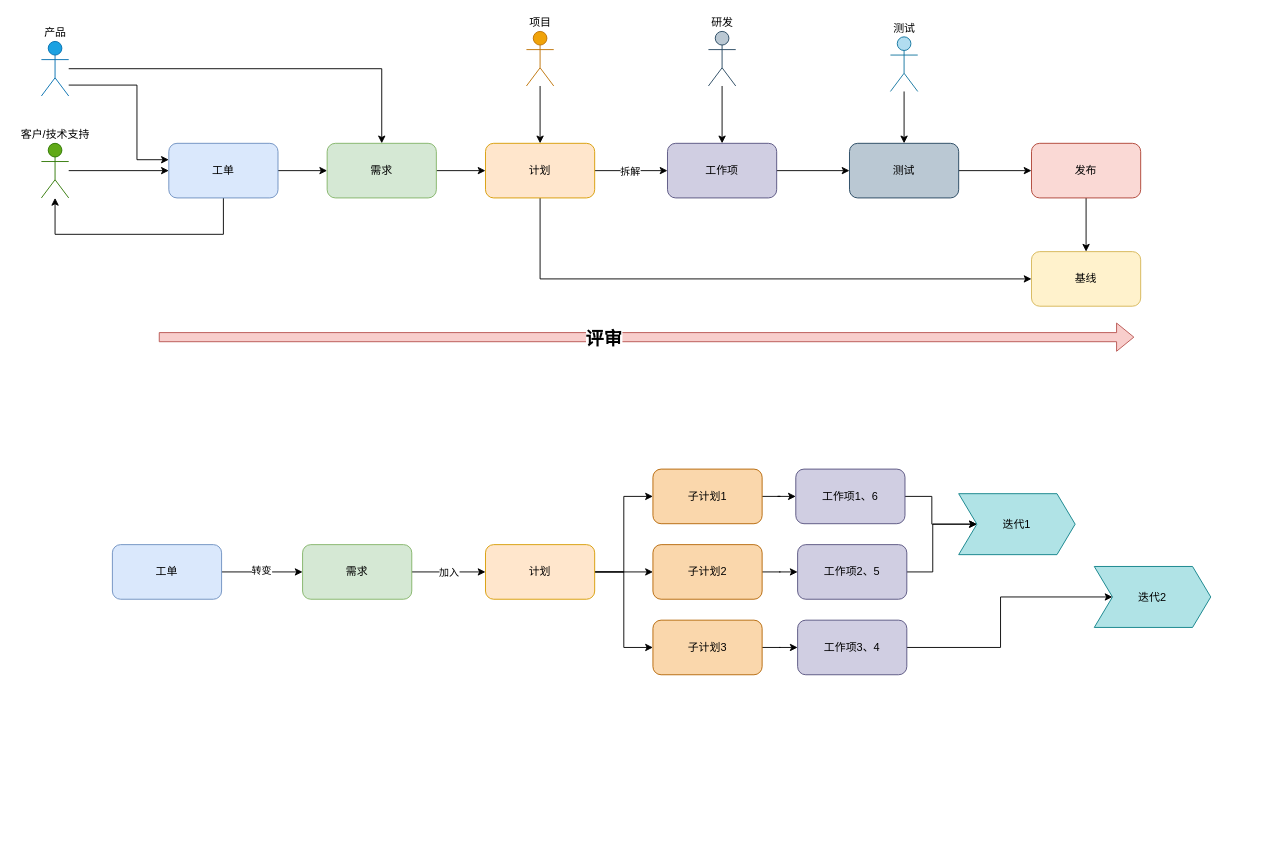
Earlier version of the draw.io diagram draw/项目管理.drawio (elmagnificogi/elmagnificogi.github.io). Source tidied: cells renumbered, new cells numbered last; positions are measured from the earlier drawing's top-left corner, leaving out a move shared by most shapes. Both pictures are drawn from the tidied source at 91%, with x=0, y=0 at pixel (41, 31).
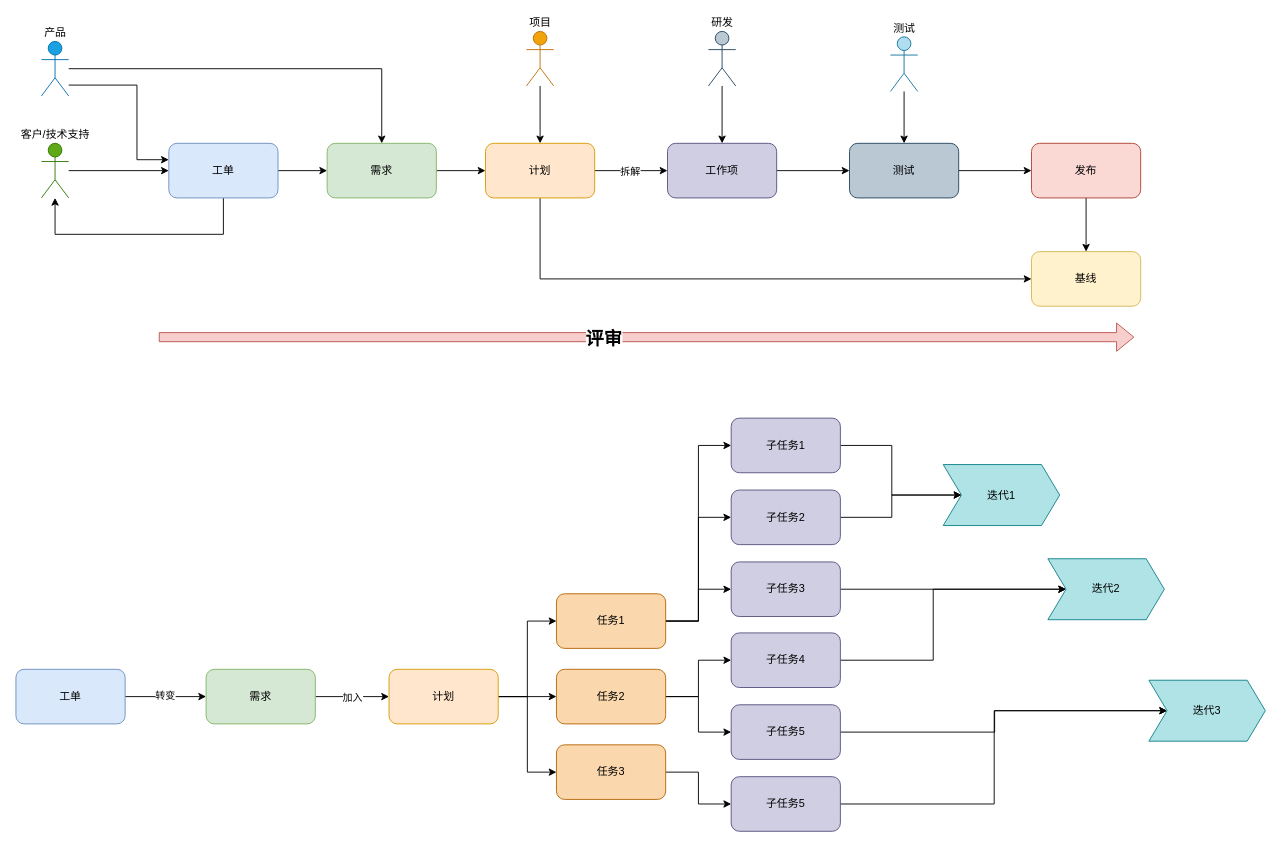
The same diagram, later.

What changed in the source:
```diff
@@
     <mxCell id="33" value="需求" style="rounded=1;whiteSpace=wrap;html=1;fillColor=#d5e8d4;strokeColor=#82b366;" parent="1" vertex="1">
-      <mxGeometry x="287" y="564" width="120" height="60" as="geometry" />
+      <mxGeometry x="181" y="701" width="120" height="60" as="geometry" />
     </mxCell>
     <mxCell id="34" style="edgeStyle=orthogonalEdgeStyle;rounded=0;jettySize=auto;html=1;" parent="1" edge="1" source="37" target="46">
       <mxGeometry relative="1" as="geometry">
         <Array as="points">
-          <mxPoint x="640" y="594" />
-          <mxPoint x="640" y="511" />
+          <mxPoint x="534" y="731" />
+          <mxPoint x="534" y="648" />
         </Array>
       </mxGeometry>
     </mxCell>
@@
     <mxCell id="36" style="edgeStyle=orthogonalEdgeStyle;rounded=0;jettySize=auto;html=1;" parent="1" edge="1" source="37" target="50">
       <mxGeometry relative="1" as="geometry">
         <Array as="points">
-          <mxPoint x="640" y="594" />
-          <mxPoint x="640" y="677" />
+          <mxPoint x="534" y="731" />
+          <mxPoint x="534" y="814" />
         </Array>
       </mxGeometry>
     </mxCell>
     <mxCell id="37" value="计划" style="rounded=1;whiteSpace=wrap;html=1;fillColor=#ffe6cc;strokeColor=#d79b00;" parent="1" vertex="1">
-      <mxGeometry x="488" y="564" width="120" height="60" as="geometry" />
+      <mxGeometry x="382" y="701" width="120" height="60" as="geometry" />
     </mxCell>
@@
     <mxCell id="40" value="工单" style="rounded=1;whiteSpace=wrap;html=1;fillColor=#dae8fc;strokeColor=#6c8ebf;" parent="1" vertex="1">
-      <mxGeometry x="78" y="564" width="120" height="60" as="geometry" />
+      <mxGeometry x="-28" y="701" width="120" height="60" as="geometry" />
     </mxCell>
-    <mxCell id="41" style="edgeStyle=orthogonalEdgeStyle;rounded=0;jettySize=auto;html=1;" parent="1" edge="1" source="42" target="53">
+    <mxCell id="41" style="edgeStyle=orthogonalEdgeStyle;rounded=0;jettySize=auto;html=1;entryX=0;entryY=0.5;entryDx=0;entryDy=0;" parent="1" edge="1" source="42" target="53">
       <mxGeometry relative="1" as="geometry" />
     </mxCell>
-    <mxCell id="42" value="工作项1、6" style="rounded=1;whiteSpace=wrap;html=1;fillColor=#d0cee2;strokeColor=#56517e;" parent="1" vertex="1">
-      <mxGeometry x="829" y="481" width="120" height="60" as="geometry" />
+    <mxCell id="42" value="子任务1" style="rounded=1;whiteSpace=wrap;html=1;fillColor=#d0cee2;strokeColor=#56517e;" parent="1" vertex="1">
+      <mxGeometry x="758" y="425" width="120" height="60" as="geometry" />
     </mxCell>
-    <mxCell id="43" style="edgeStyle=orthogonalEdgeStyle;rounded=0;jettySize=auto;html=1;entryX=0;entryY=0.5;entryDx=0;entryDy=0;" parent="1" edge="1" source="44" target="53">
-      <mxGeometry relative="1" as="geometry" />
-    </mxCell>
-    <mxCell id="44" value="工作项2、5" style="rounded=1;whiteSpace=wrap;html=1;fillColor=#d0cee2;strokeColor=#56517e;" parent="1" vertex="1">
-      <mxGeometry x="831" y="564" width="120" height="60" as="geometry" />
-    </mxCell>
-    <mxCell id="45" style="edgeStyle=orthogonalEdgeStyle;rounded=0;jettySize=auto;html=1;" parent="1" edge="1" source="46" target="42">
+    <mxCell id="45" style="edgeStyle=orthogonalEdgeStyle;rounded=0;jettySize=auto;html=1;entryX=0;entryY=0.5;entryDx=0;entryDy=0;" parent="1" edge="1" source="46" target="42">
       <mxGeometry relative="1" as="geometry" />
     </mxCell>
+    <mxCell id="55" style="edgeStyle=orthogonalEdgeStyle;rounded=0;jettySize=auto;html=1;entryX=0;entryY=0.5;entryDx=0;entryDy=0;" parent="1" edge="1" source="46" target="61">
+      <mxGeometry relative="1" as="geometry" />
+    </mxCell>
+    <mxCell id="56" style="edgeStyle=orthogonalEdgeStyle;rounded=0;jettySize=auto;html=1;entryX=0;entryY=0.5;entryDx=0;entryDy=0;" parent="1" edge="1" source="46" target="63">
+      <mxGeometry relative="1" as="geometry" />
+    </mxCell>
-    <mxCell id="46" value="子计划1" style="rounded=1;whiteSpace=wrap;html=1;fillColor=#fad7ac;strokeColor=#b46504;" parent="1" vertex="1">
-      <mxGeometry x="672" y="481" width="120" height="60" as="geometry" />
+    <mxCell id="46" value="任务1" style="rounded=1;whiteSpace=wrap;html=1;fillColor=#fad7ac;strokeColor=#b46504;" parent="1" vertex="1">
+      <mxGeometry x="566" y="618" width="120" height="60" as="geometry" />
     </mxCell>
-    <mxCell id="47" style="edgeStyle=orthogonalEdgeStyle;rounded=0;jettySize=auto;html=1;" parent="1" edge="1" source="48" target="44">
-      <mxGeometry relative="1" as="geometry" />
-    </mxCell>
+    <mxCell id="57" style="edgeStyle=orthogonalEdgeStyle;rounded=0;jettySize=auto;html=1;entryX=0;entryY=0.5;entryDx=0;entryDy=0;" parent="1" edge="1" source="48" target="65">
+      <mxGeometry relative="1" as="geometry" />
+    </mxCell>
+    <mxCell id="58" style="edgeStyle=orthogonalEdgeStyle;rounded=0;jettySize=auto;html=1;entryX=0;entryY=0.5;entryDx=0;entryDy=0;" parent="1" edge="1" source="48" target="67">
+      <mxGeometry relative="1" as="geometry" />
+    </mxCell>
-    <mxCell id="48" value="子计划2" style="rounded=1;whiteSpace=wrap;html=1;fillColor=#fad7ac;strokeColor=#b46504;" parent="1" vertex="1">
-      <mxGeometry x="672" y="564" width="120" height="60" as="geometry" />
+    <mxCell id="48" value="任务2" style="rounded=1;whiteSpace=wrap;html=1;fillColor=#fad7ac;strokeColor=#b46504;" parent="1" vertex="1">
+      <mxGeometry x="566" y="701" width="120" height="60" as="geometry" />
     </mxCell>
-    <mxCell id="49" style="edgeStyle=orthogonalEdgeStyle;rounded=0;jettySize=auto;html=1;" parent="1" edge="1" source="50" target="52">
-      <mxGeometry relative="1" as="geometry" />
-    </mxCell>
+    <mxCell id="59" style="edgeStyle=orthogonalEdgeStyle;rounded=0;jettySize=auto;html=1;entryX=0;entryY=0.5;entryDx=0;entryDy=0;" parent="1" edge="1" source="50" target="69">
+      <mxGeometry relative="1" as="geometry" />
+    </mxCell>
-    <mxCell id="50" value="子计划3" style="rounded=1;whiteSpace=wrap;html=1;fillColor=#fad7ac;strokeColor=#b46504;" parent="1" vertex="1">
-      <mxGeometry x="672" y="647" width="120" height="60" as="geometry" />
+    <mxCell id="50" value="任务3" style="rounded=1;whiteSpace=wrap;html=1;fillColor=#fad7ac;strokeColor=#b46504;" parent="1" vertex="1">
+      <mxGeometry x="566" y="784" width="120" height="60" as="geometry" />
     </mxCell>
-    <mxCell id="51" style="edgeStyle=orthogonalEdgeStyle;rounded=0;jettySize=auto;html=1;entryX=0;entryY=0.5;entryDx=0;entryDy=0;" parent="1" edge="1" source="52" target="54">
-      <mxGeometry relative="1" as="geometry" />
-    </mxCell>
-    <mxCell id="52" value="工作项3、4" style="rounded=1;whiteSpace=wrap;html=1;fillColor=#d0cee2;strokeColor=#56517e;" parent="1" vertex="1">
-      <mxGeometry x="831" y="647" width="120" height="60" as="geometry" />
-    </mxCell>
     <mxCell id="53" value="迭代1" style="shape=step;perimeter=stepPerimeter;whiteSpace=wrap;html=1;fixedSize=1;fillColor=#b0e3e6;strokeColor=#0e8088;" parent="1" vertex="1">
-      <mxGeometry x="1008" y="508" width="128" height="67" as="geometry" />
+      <mxGeometry x="991" y="476" width="128" height="67" as="geometry" />
     </mxCell>
     <mxCell id="54" value="迭代2" style="shape=step;perimeter=stepPerimeter;whiteSpace=wrap;html=1;fixedSize=1;fillColor=#b0e3e6;strokeColor=#0e8088;" parent="1" vertex="1">
-      <mxGeometry x="1157" y="588" width="128" height="67" as="geometry" />
+      <mxGeometry x="1106" y="579.5" width="128" height="67" as="geometry" />
     </mxCell>
+    <mxCell id="60" style="edgeStyle=orthogonalEdgeStyle;rounded=0;jettySize=auto;html=1;entryX=0;entryY=0.5;entryDx=0;entryDy=0;" parent="1" edge="1" source="61" target="53">
+      <mxGeometry relative="1" as="geometry" />
+    </mxCell>
+    <mxCell id="61" value="子任务2" style="rounded=1;whiteSpace=wrap;html=1;fillColor=#d0cee2;strokeColor=#56517e;" parent="1" vertex="1">
+      <mxGeometry x="758" y="504" width="120" height="60" as="geometry" />
+    </mxCell>
+    <mxCell id="62" style="edgeStyle=orthogonalEdgeStyle;rounded=0;jettySize=auto;html=1;" parent="1" edge="1" source="63" target="54">
+      <mxGeometry relative="1" as="geometry" />
+    </mxCell>
+    <mxCell id="63" value="子任务3" style="rounded=1;whiteSpace=wrap;html=1;fillColor=#d0cee2;strokeColor=#56517e;" parent="1" vertex="1">
+      <mxGeometry x="758" y="583" width="120" height="60" as="geometry" />
+    </mxCell>
+    <mxCell id="64" style="edgeStyle=orthogonalEdgeStyle;rounded=0;jettySize=auto;html=1;entryX=0;entryY=0.5;entryDx=0;entryDy=0;" parent="1" edge="1" source="65" target="54">
+      <mxGeometry relative="1" as="geometry">
+        <Array as="points">
+          <mxPoint x="980" y="691" />
+          <mxPoint x="980" y="613" />
+        </Array>
+      </mxGeometry>
+    </mxCell>
+    <mxCell id="65" value="子任务4" style="rounded=1;whiteSpace=wrap;html=1;fillColor=#d0cee2;strokeColor=#56517e;" parent="1" vertex="1">
+      <mxGeometry x="758" y="661" width="120" height="60" as="geometry" />
+    </mxCell>
+    <mxCell id="66" style="edgeStyle=orthogonalEdgeStyle;rounded=0;jettySize=auto;html=1;" parent="1" edge="1" source="67" target="70">
+      <mxGeometry relative="1" as="geometry" />
+    </mxCell>
+    <mxCell id="67" value="子任务5" style="rounded=1;whiteSpace=wrap;html=1;fillColor=#d0cee2;strokeColor=#56517e;" parent="1" vertex="1">
+      <mxGeometry x="758" y="740" width="120" height="60" as="geometry" />
+    </mxCell>
+    <mxCell id="68" style="edgeStyle=orthogonalEdgeStyle;rounded=0;jettySize=auto;html=1;entryX=0;entryY=0.5;entryDx=0;entryDy=0;" parent="1" edge="1" source="69" target="70">
+      <mxGeometry relative="1" as="geometry">
+        <Array as="points">
+          <mxPoint x="1047" y="849" />
+          <mxPoint x="1047" y="746" />
+        </Array>
+      </mxGeometry>
+    </mxCell>
+    <mxCell id="69" value="子任务5" style="rounded=1;whiteSpace=wrap;html=1;fillColor=#d0cee2;strokeColor=#56517e;" parent="1" vertex="1">
+      <mxGeometry x="758" y="819" width="120" height="60" as="geometry" />
+    </mxCell>
+    <mxCell id="70" value="迭代3" style="shape=step;perimeter=stepPerimeter;whiteSpace=wrap;html=1;fixedSize=1;fillColor=#b0e3e6;strokeColor=#0e8088;" parent="1" vertex="1">
+      <mxGeometry x="1217" y="713" width="128" height="67" as="geometry" />
+    </mxCell>
```
